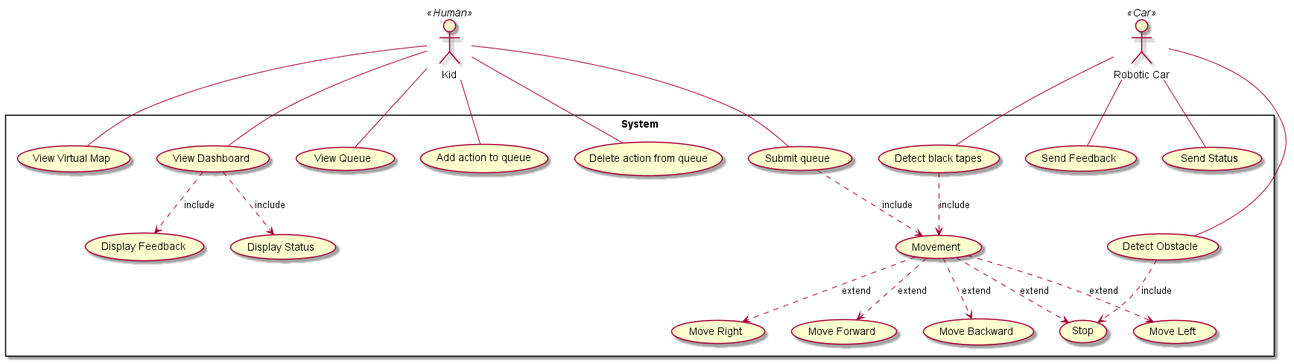
Earlier version of the PlantUML export Project Use-Case-Diagram.png (DanielFYJ/2101-2201-Project).
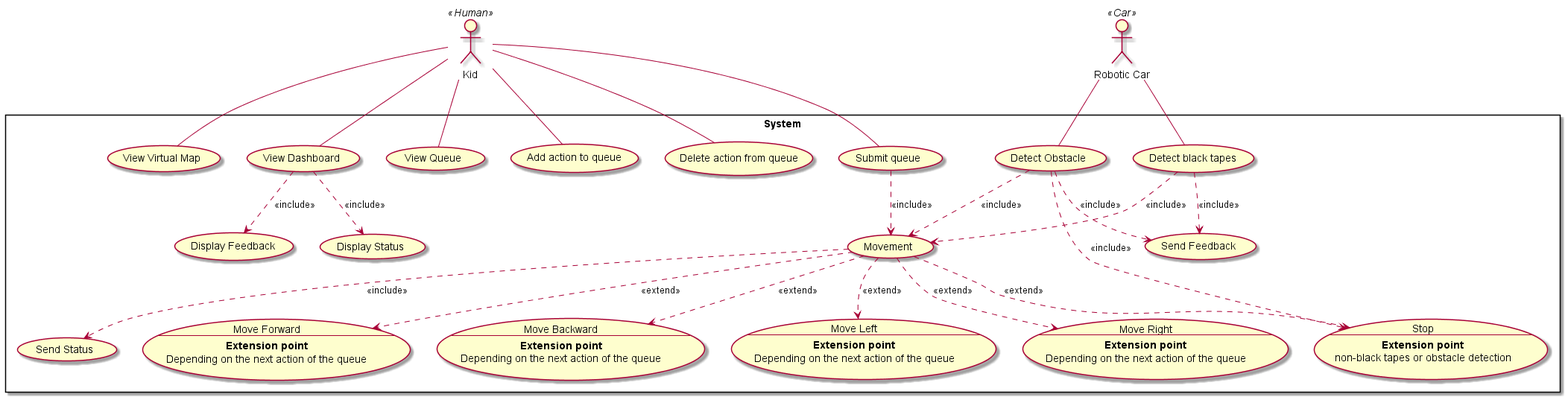
The same file after the commit.

Diff of the diagram source:
```diff
@@ -13,11 +13,23 @@
     usecase "Submit queue" as UC10
 
     usecase "Movement" as UC11
-    usecase "Move Forward" as UC12
-    usecase "Move Backward" as UC13
-    usecase "Move Left" as UC14
-    usecase "Move Right" as UC15
-    usecase "Stop" as UC19
+    usecase UC12 as "Move Forward
+    --
+    **Extension point**\nDepending on the next action of the queue"
+    usecase UC13 as "Move Backward
+    --
+    **Extension point**\nDepending on the next action of the queue"
+    usecase UC14 as "Move Left
+    --
+    **Extension point**\nDepending on the next action of the queue"
+    usecase UC15 as "Move Right
+    --
+    **Extension point**\nDepending on the next action of the queue"
+    usecase UC19 as "
+    Stop
+    --
+    **Extension point**\nnon-black tapes or obstacle detection"
+
     usecase "Detect Obstacle" as UC16
     usecase "Detect black tapes" as UC20
     usecase "Send Feedback" as UC22
@@ -30,24 +42,24 @@
     Kid -- UC8
     Kid -- UC9
     Kid -- UC10
-
     Car -- UC16
     Car -- UC20
-    Car -- UC22
-    Car -- UC24
-
-    UC4 ..> UC2 : include
-    UC4 ..> UC23 : include
 
 
-    UC10 ..> UC11 : include
-    UC11 ..> UC12 : extend
-    UC11 ..> UC13 : extend
-    UC11 ..> UC14 : extend
-    UC11 ..> UC15 : extend
-    UC16 ..> UC19 : include
-    UC20 ..> UC11 : include
-    UC11 ..> UC19 : extend
+    UC4 ..> UC2 : <<include>>
+    UC4 ..> UC23 : <<include>>
+    UC16 ..> UC22 : <<include>>
+    UC16 ..> UC11 : <<include>>
+    UC20 ..> UC22 : <<include>>
+    UC11 ..> UC24 : <<include>>
+    UC10 ..> UC11 : <<include>>
+    UC11 ..> UC12 : <<extend>>
+    UC11 ..> UC13 : <<extend>>
+    UC11 ..> UC14 : <<extend>>
+    UC11 ..> UC15 : <<extend>>
+    UC16 ..> UC19 : <<include>>
+    UC20 ..> UC11 : <<include>>
+    UC11 ..> UC19 : <<extend>>
 
 
 @enduml
```
